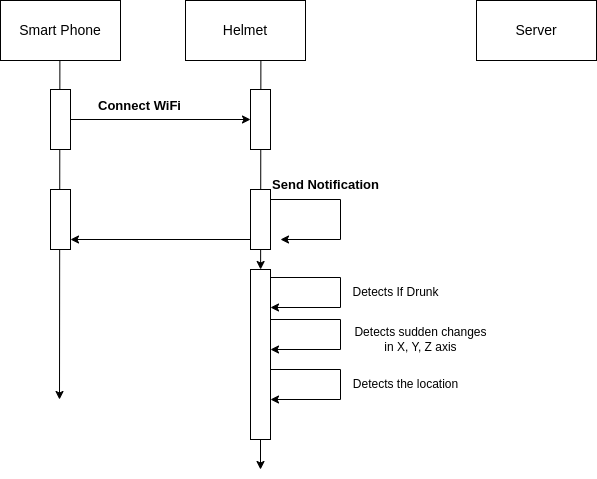
rushikesh-mallanath/draw keeps this draw.io diagram as sequence diagram.drawio.png. Above is the earlier version. Source tidied: cells renumbered, new cells last; positions are measured from the earlier drawing's top-left corner, leaving out a move shared by most shapes.
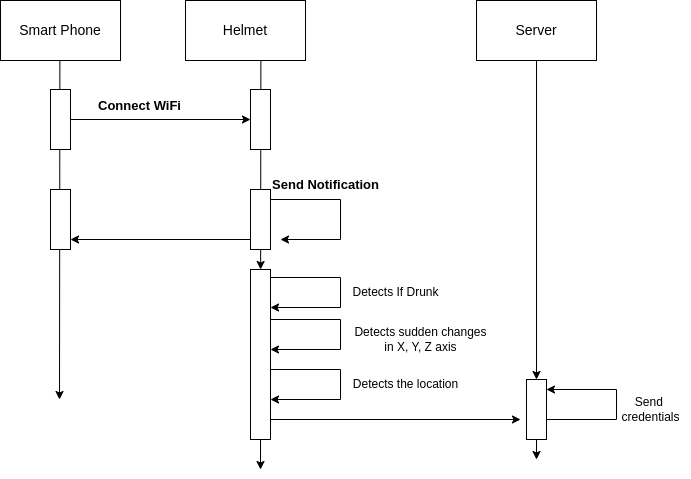
Later version of the same file.

Change to the diagram source:
```diff
@@ -112,5 +112,36 @@
     <mxCell id="23" value="Detects the location" style="text;html=1;align=center;verticalAlign=middle;strokeColor=none;fillColor=none;" parent="1" vertex="1">
       <mxGeometry x="340" y="369" width="130" height="30" as="geometry" />
     </mxCell>
+    <mxCell id="24" style="endArrow=classic;html=1;rounded=0;exitX=0.5;exitY=1;exitDx=0;exitDy=0;" parent="1" edge="1" source="26">
+      <mxGeometry relative="1" as="geometry">
+        <mxPoint x="536" y="459" as="targetPoint" />
+      </mxGeometry>
+    </mxCell>
+    <mxCell id="25" style="endArrow=classic;html=1;rounded=0;exitX=0.5;exitY=1;exitDx=0;exitDy=0;" parent="1" edge="1" source="13" target="26">
+      <mxGeometry relative="1" as="geometry" />
+    </mxCell>
+    <mxCell id="26" style="rounded=0;whiteSpace=wrap;html=1;" parent="1" vertex="1">
+      <mxGeometry x="526" y="379" width="20" height="60" as="geometry" />
+    </mxCell>
+    <mxCell id="27" style="endArrow=classic;html=1;rounded=0;" parent="1" edge="1">
+      <mxGeometry relative="1" as="geometry">
+        <mxPoint x="546" y="419" as="sourcePoint" />
+        <mxPoint x="546" y="389" as="targetPoint" />
+        <Array as="points">
+          <mxPoint x="546" y="419" />
+          <mxPoint x="616" y="419" />
+          <mxPoint x="616" y="389" />
+        </Array>
+      </mxGeometry>
+    </mxCell>
+    <mxCell id="28" style="endArrow=classic;html=1;rounded=0;" parent="1" edge="1">
+      <mxGeometry relative="1" as="geometry">
+        <mxPoint x="270" y="419" as="sourcePoint" />
+        <mxPoint x="520" y="419" as="targetPoint" />
+      </mxGeometry>
+    </mxCell>
+    <mxCell id="29" value="Send&amp;nbsp;&lt;br&gt;credentials" style="text;html=1;align=center;verticalAlign=middle;strokeColor=none;fillColor=none;" parent="1" vertex="1">
+      <mxGeometry x="610" y="389" width="80" height="40" as="geometry" />
+    </mxCell>
   </root>
 </mxGraphModel>
```
